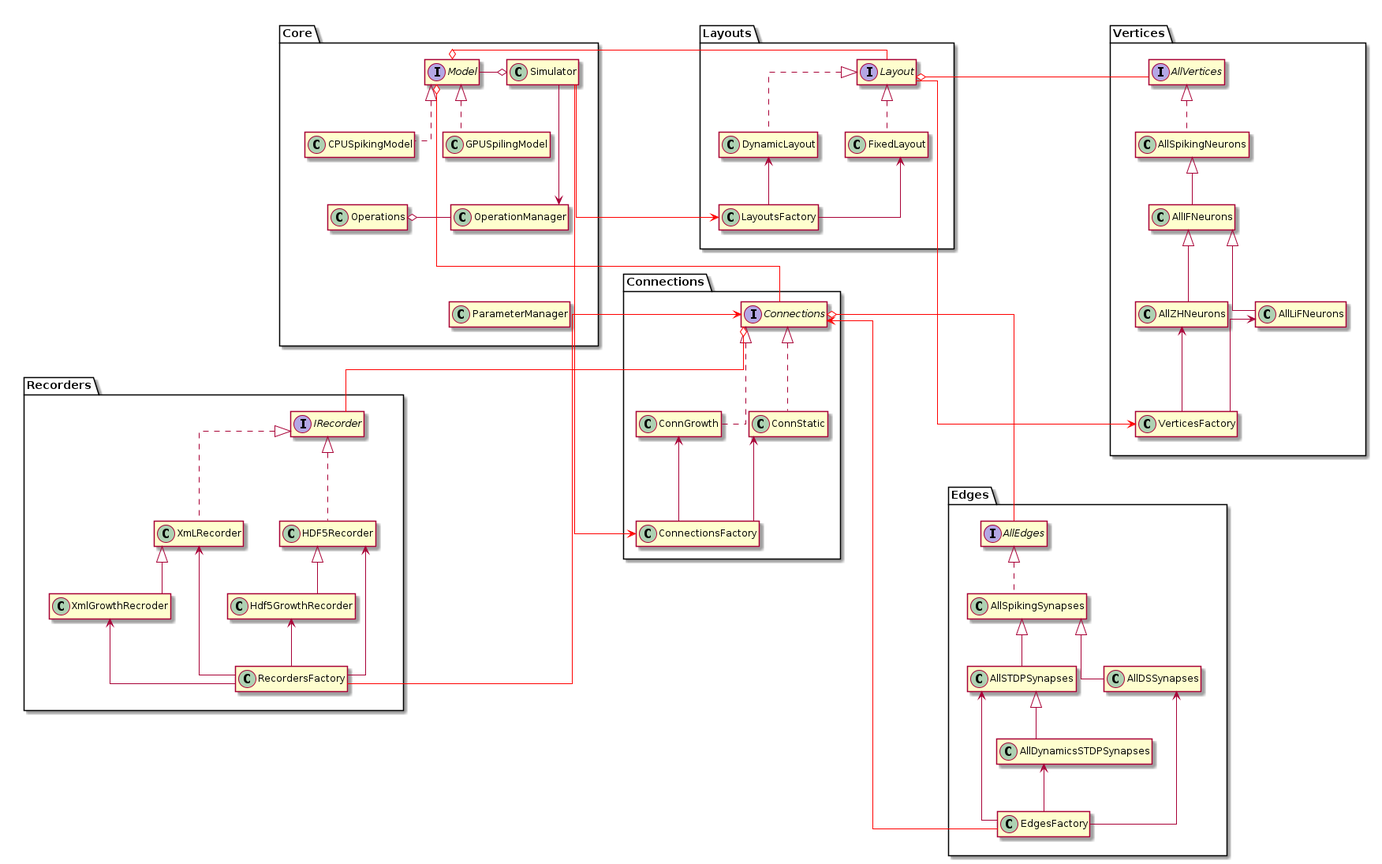
Above: docs/Developer/ClassDiagrams/diagrams/package UML.png in UWB-Biocomputing/Graphitti (PlantUML), before the change.
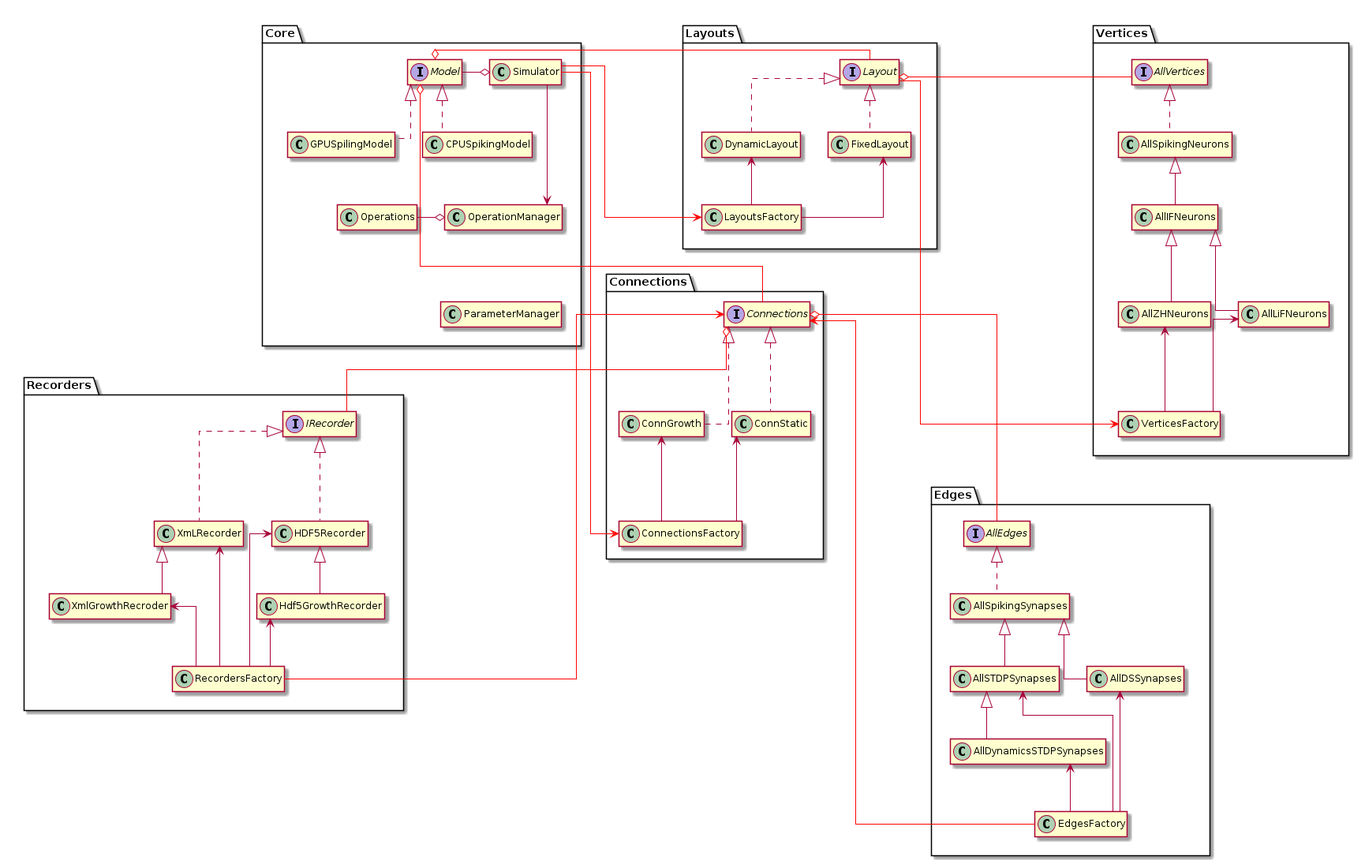
Later version of the same file.

Commit message:
Generate SVG and PNG images for PlantUML diagrams

Change to the diagram source:
```diff
@@ -12,7 +12,7 @@
 	class ParameterManager
 
 	Model -left-o Simulator
-	Operations o-right- OperationManager
+	Operations -right-o OperationManager
 	Simulator ---> OperationManager
 
 	CPUSpikingModel-[hidden]right>GPUSpilingModel
```
